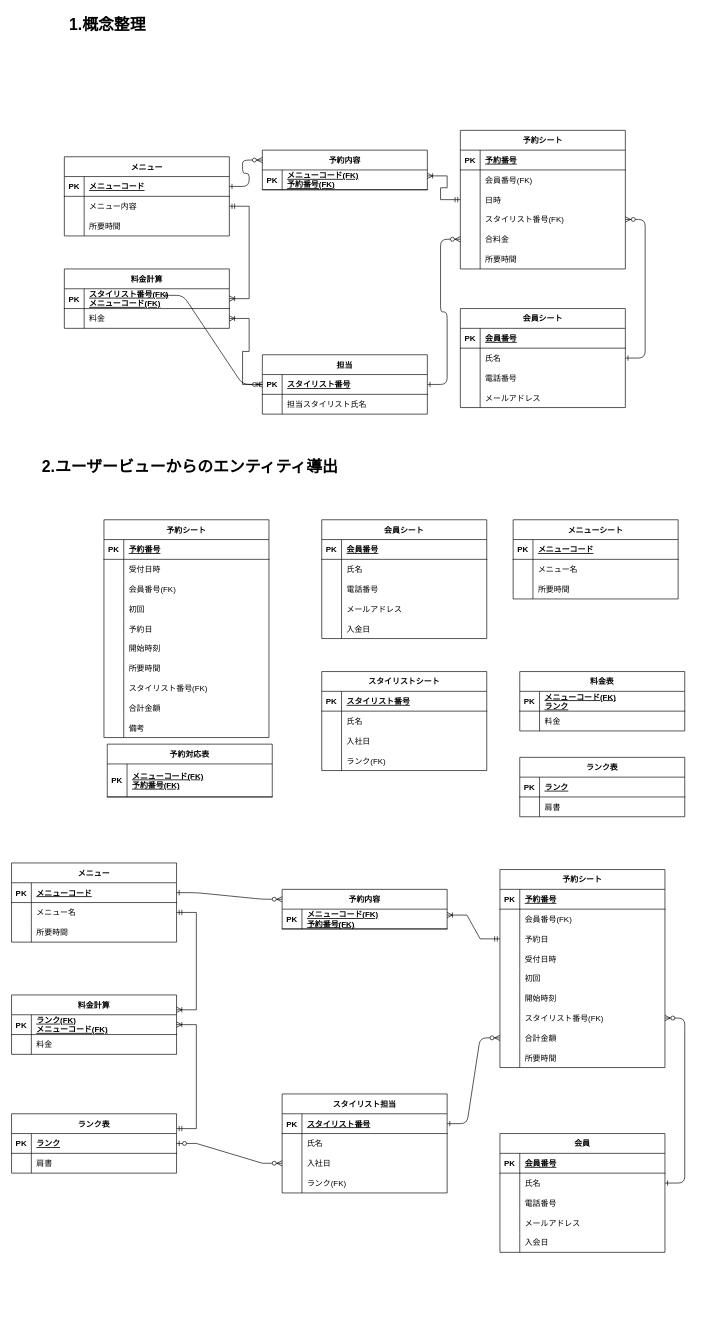
The draw.io diagram SQL入門総合問題.drawio in hie3-336/ER-draw.io, before the edit. Source tidied: cells renumbered, new cells numbered last; positions are measured from the earlier drawing's top-left corner, leaving out a move shared by most shapes. Both pictures are drawn from the tidied source at 66%, with x=0, y=0 at pixel (11, 11).
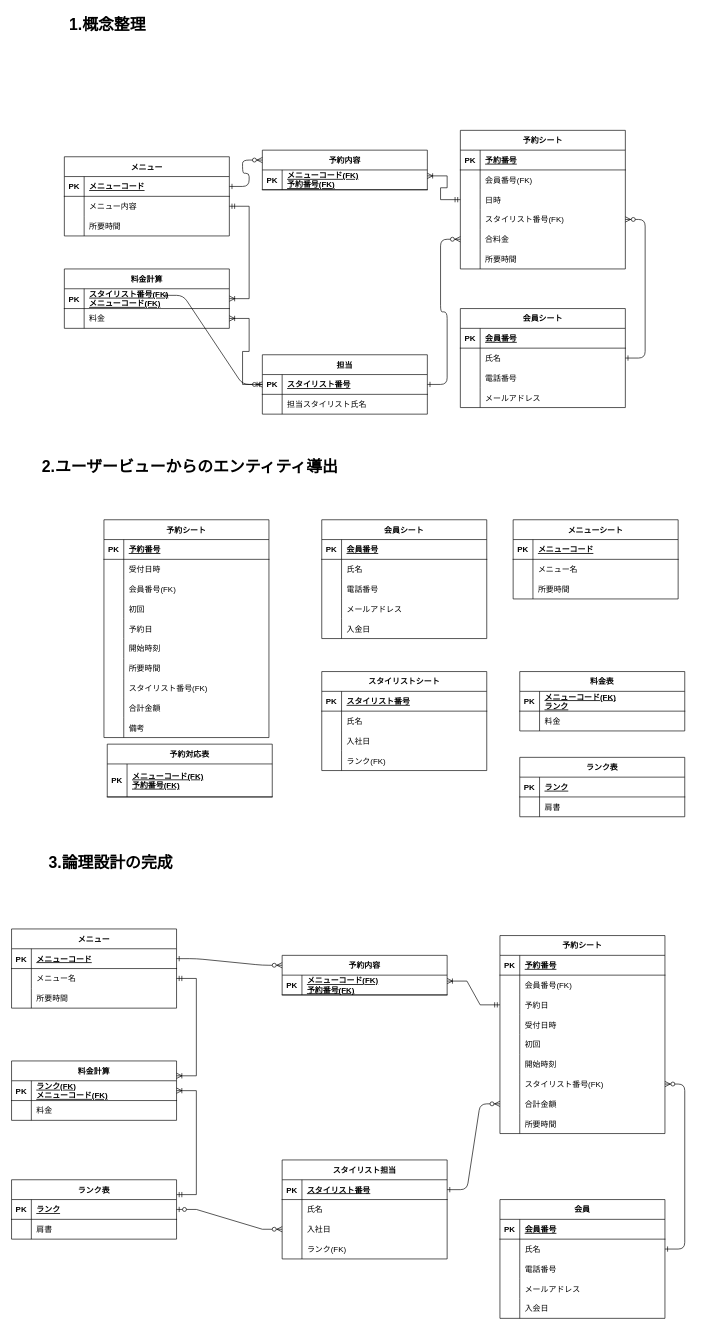
The same page after the edit.

Commit message:
SQL入門総合問題.drawio を更新します

Unchanged cells that the change refers to:
```xml
<mxCell id="183" style="shape=partialRectangle;fillColor=none;points=[[0,0.5],[1,0.5]];portConstraint=eastwest;top=0;left=0;right=0;bottom=0;" parent="176" vertex="1">
  <mxGeometry y="90" width="250" height="30" as="geometry" />
</mxCell>
<mxCell id="211" style="shape=partialRectangle;fillColor=none;points=[[0,0.5],[1,0.5]];portConstraint=eastwest;top=0;left=0;right=0;bottom=0;" parent="204" vertex="1">
  <mxGeometry y="90" width="250" height="30" as="geometry" />
</mxCell>
<mxCell id="221" style="shape=partialRectangle;fillColor=none;points=[[0,0.5],[1,0.5]];portConstraint=eastwest;top=0;left=0;right=0;bottom=0;" parent="217" vertex="1">
  <mxGeometry y="60" width="250" height="30" as="geometry" />
</mxCell>
<mxCell id="228" style="shape=partialRectangle;fillColor=none;points=[[0,0.5],[1,0.5]];portConstraint=eastwest;top=0;left=0;right=0;bottom=1;" parent="227" vertex="1">
  <mxGeometry y="30" width="250" height="30" as="geometry" />
</mxCell>
<mxCell id="234" style="shape=partialRectangle;fillColor=none;points=[[0,0.5],[1,0.5]];portConstraint=eastwest;top=0;left=0;right=0;bottom=1;" parent="233" vertex="1">
  <mxGeometry y="30" width="250" height="30" as="geometry" />
</mxCell>
<mxCell id="244" style="shape=partialRectangle;fillColor=none;points=[[0,0.5],[1,0.5]];portConstraint=eastwest;top=0;left=0;right=0;bottom=1;" parent="243" vertex="1">
  <mxGeometry y="30" width="250" height="30" as="geometry" />
</mxCell>
```

Change to the diagram source:
```diff
@@
     <mxCell id="160" value="会員" style="shape=table;startSize=30;childLayout=tableLayout;rowLines=0;fontStyle=1;align=center;" parent="1" vertex="1">
-      <mxGeometry x="740" y="1700" width="250" height="180" as="geometry" />
+      <mxGeometry x="740" y="1800" width="250" height="180" as="geometry" />
     </mxCell>
@@
     <mxCell id="176" value="予約シート" style="shape=table;startSize=30;childLayout=tableLayout;rowLines=0;fontStyle=1;align=center;" parent="1" vertex="1">
-      <mxGeometry x="740" y="1300" width="250" height="300" as="geometry" />
+      <mxGeometry x="740" y="1400" width="250" height="300" as="geometry" />
     </mxCell>
@@
     <mxCell id="204" value="スタイリスト担当" style="shape=table;startSize=30;childLayout=tableLayout;rowLines=0;fontStyle=1;align=center;" parent="1" vertex="1">
-      <mxGeometry x="410" y="1640" width="250" height="150" as="geometry" />
+      <mxGeometry x="410" y="1740" width="250" height="150" as="geometry" />
     </mxCell>
@@
     <mxCell id="217" value="メニュー" style="shape=table;startSize=30;childLayout=tableLayout;rowLines=0;fontStyle=1;align=center;" parent="1" vertex="1">
-      <mxGeometry y="1290" width="250" height="120" as="geometry" />
+      <mxGeometry y="1390" width="250" height="120" as="geometry" />
     </mxCell>
@@
     <mxCell id="227" value="予約内容" style="shape=table;startSize=30;childLayout=tableLayout;rowLines=0;fontStyle=1;align=center;" parent="1" vertex="1">
-      <mxGeometry x="410" y="1330" width="250" height="60" as="geometry" />
+      <mxGeometry x="410" y="1430" width="250" height="60" as="geometry" />
     </mxCell>
@@
     <mxCell id="231" style="edgeStyle=entityRelationEdgeStyle;fontSize=12;html=1;endArrow=ERoneToMany;startArrow=ERmandOne;rounded=0;exitX=0;exitY=0.5;exitDx=0;exitDy=0;entryX=1;entryY=0.3;entryDx=0;entryDy=0;entryPerimeter=0;" parent="1" edge="1" source="183" target="228">
       <mxGeometry relative="1" as="geometry">
         <Array as="points">
-          <mxPoint x="550" y="1485" />
+          <mxPoint x="550" y="1585" />
         </Array>
       </mxGeometry>
     </mxCell>
@@
     <mxCell id="233" value="料金計算" style="shape=table;startSize=30;childLayout=tableLayout;rowLines=0;fontStyle=1;align=center;" parent="1" vertex="1">
-      <mxGeometry y="1490" width="250" height="90" as="geometry" />
+      <mxGeometry y="1590" width="250" height="90" as="geometry" />
     </mxCell>
@@
     <mxCell id="241" style="edgeStyle=entityRelationEdgeStyle;fontSize=12;html=1;endArrow=ERoneToMany;startArrow=ERmandOne;rounded=0;exitX=1;exitY=0.25;exitDx=0;exitDy=0;entryX=1;entryY=0.5;entryDx=0;entryDy=0;" parent="1" edge="1" source="243" target="234">
       <mxGeometry relative="1" as="geometry">
         <Array as="points">
-          <mxPoint x="170" y="1756" />
+          <mxPoint x="170" y="1856" />
         </Array>
       </mxGeometry>
     </mxCell>
     <mxCell id="242" style="edgeStyle=entityRelationEdgeStyle;fontSize=12;html=1;endArrow=ERoneToMany;startArrow=ERmandOne;rounded=0;exitX=1;exitY=0.5;exitDx=0;exitDy=0;entryX=1;entryY=0.25;entryDx=0;entryDy=0;" parent="1" edge="1" source="221" target="233">
       <mxGeometry relative="1" as="geometry">
         <Array as="points">
-          <mxPoint x="380" y="1576" />
+          <mxPoint x="380" y="1676" />
         </Array>
       </mxGeometry>
     </mxCell>
     <mxCell id="243" value="ランク表" style="shape=table;startSize=30;childLayout=tableLayout;rowLines=0;fontStyle=1;align=center;" parent="1" vertex="1">
-      <mxGeometry y="1670" width="250" height="90" as="geometry" />
+      <mxGeometry y="1770" width="250" height="90" as="geometry" />
     </mxCell>
@@
     <mxCell id="250" style="edgeStyle=entityRelationEdgeStyle;fontSize=12;html=1;endArrow=ERzeroToMany;startArrow=ERzeroToOne;rounded=0;entryX=0;entryY=0.5;entryDx=0;entryDy=0;exitX=1;exitY=0.5;exitDx=0;exitDy=0;" parent="1" edge="1" source="244" target="211">
       <mxGeometry relative="1" as="geometry">
         <Array as="points">
-          <mxPoint x="360" y="1680" />
+          <mxPoint x="360" y="1780" />
         </Array>
       </mxGeometry>
     </mxCell>
+    <mxCell id="251" value="3.論理設計の完成" style="text;strokeColor=none;fillColor=none;html=1;fontSize=24;fontStyle=1;verticalAlign=middle;align=center;" parent="1" vertex="1">
+      <mxGeometry x="30" y="1270" width="240" height="40" as="geometry" />
+    </mxCell>
```
